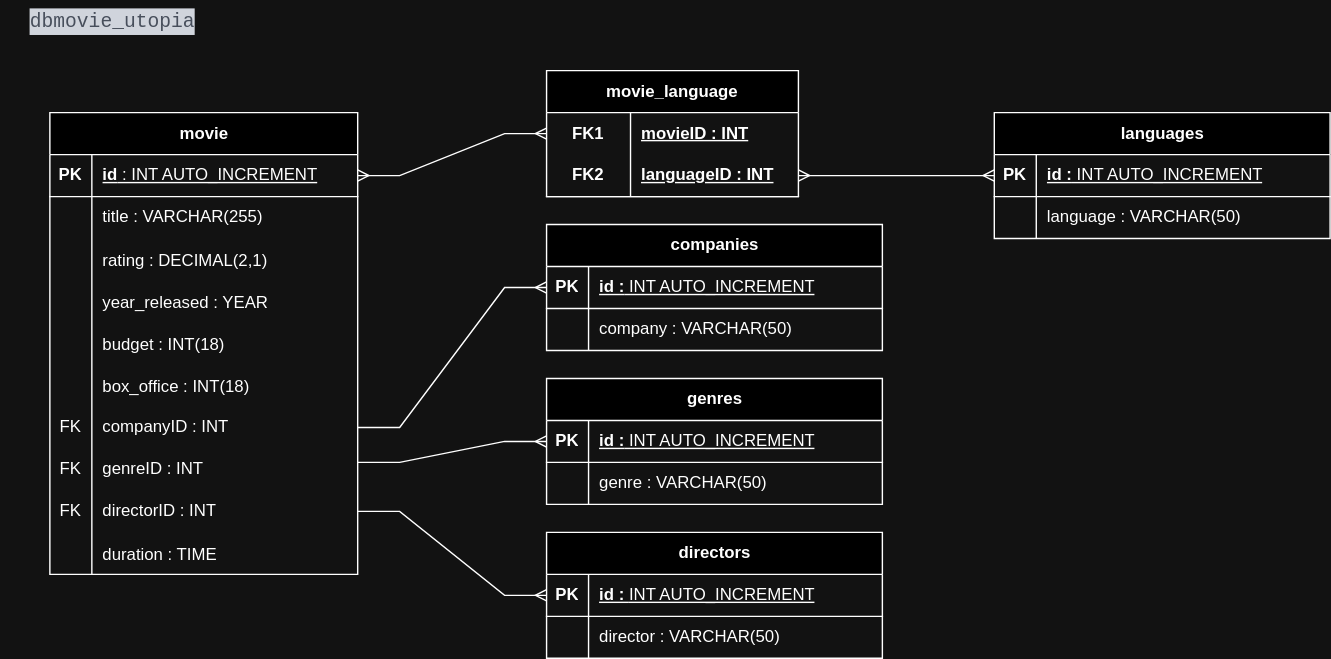
Above: 2024/SEM02/SQL/Exercice_02/uml_diagram/dbmovie_utopia.drawio.svg in gpuberos/soutien_dwwm (draw.io), before the change. Source tidied: cells renumbered, new cells last; positions are measured from the earlier drawing's top-left corner, leaving out a move shared by most shapes.
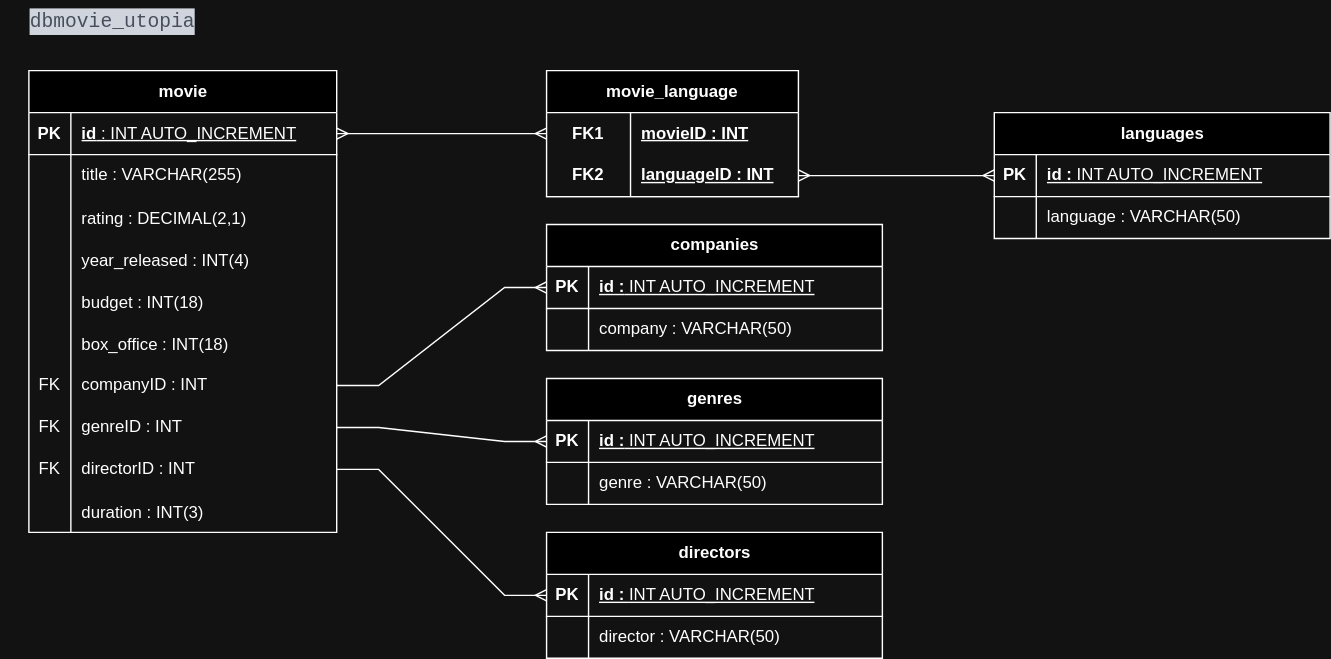
After the commit.

Commit message:
fix: UML Diagram version - Duration

Change to the diagram source:
```diff
@@ -6,7 +6,7 @@
       <mxGeometry width="160" height="30" as="geometry" />
     </mxCell>
     <mxCell id="3" value="movie" style="shape=table;startSize=30;rowLines=0;fontStyle=1;align=center;html=1;" parent="1" vertex="1">
-      <mxGeometry x="35" y="80" width="220" height="330" as="geometry" />
+      <mxGeometry x="20" y="50" width="220" height="330" as="geometry" />
     </mxCell>
     <mxCell id="4" style="shape=tableRow;horizontal=0;startSize=0;swimlaneHead=0;swimlaneBody=0;fillColor=none;points=[[0,0.5],[1,0.5]];portConstraint=eastwest;top=0;left=0;right=0;bottom=1;" parent="3" vertex="1">
       <mxGeometry y="30" width="220" height="30" as="geometry" />
@@ -41,7 +41,7 @@
     <mxCell id="14" style="shape=partialRectangle;fillColor=none;top=0;left=0;bottom=0;right=0;overflow=hidden;" parent="13" vertex="1">
       <mxGeometry width="30" height="30" as="geometry" />
     </mxCell>
-    <mxCell id="15" value="year_released : YEAR" style="shape=partialRectangle;fillColor=none;top=0;left=0;bottom=0;right=0;align=left;spacingLeft=6;overflow=hidden;" parent="13" vertex="1">
+    <mxCell id="15" value="year_released : INT(4)" style="shape=partialRectangle;fillColor=none;top=0;left=0;bottom=0;right=0;align=left;spacingLeft=6;overflow=hidden;" parent="13" vertex="1">
       <mxGeometry x="30" width="190" height="30" as="geometry" />
     </mxCell>
     <mxCell id="16" style="shape=tableRow;horizontal=0;startSize=0;swimlaneHead=0;swimlaneBody=0;fillColor=none;top=0;left=0;right=0;bottom=0;" parent="3" vertex="1">
@@ -74,18 +74,18 @@
     <mxCell id="25" style="shape=tableRow;horizontal=0;startSize=0;swimlaneHead=0;swimlaneBody=0;fillColor=none;points=[[0,0.5],[1,0.5]];portConstraint=eastwest;top=0;left=0;right=0;bottom=0;" parent="3" vertex="1">
       <mxGeometry y="240" width="220" height="30" as="geometry" />
     </mxCell>
-    <mxCell id="26" value="FK" style="shape=partialRectangle;fillColor=none;top=0;left=0;bottom=0;right=0;fontStyle=0;overflow=hidden;whiteSpace=wrap;html=1;" parent="25" vertex="1">
-      <mxGeometry width="30" height="30" as="geometry" />
-    </mxCell>
+    <mxCell id="74" value="FK" style="shape=partialRectangle;fillColor=none;top=0;left=0;bottom=0;right=0;fontStyle=0;overflow=hidden;whiteSpace=wrap;html=1;" parent="25" vertex="1">
+      <mxGeometry width="30" height="30" as="geometry" />
+    </mxCell>
     <mxCell id="27" value="genreID : INT" style="shape=partialRectangle;fillColor=none;top=0;left=0;bottom=0;right=0;align=left;spacingLeft=6;fontStyle=0;overflow=hidden;whiteSpace=wrap;html=1;" parent="25" vertex="1">
       <mxGeometry x="30" width="190" height="30" as="geometry" />
     </mxCell>
     <mxCell id="28" style="shape=tableRow;horizontal=0;startSize=0;swimlaneHead=0;swimlaneBody=0;fillColor=none;points=[[0,0.5],[1,0.5]];portConstraint=eastwest;top=0;left=0;right=0;bottom=0;" parent="3" vertex="1">
       <mxGeometry y="270" width="220" height="30" as="geometry" />
     </mxCell>
-    <mxCell id="29" value="FK" style="shape=partialRectangle;fillColor=none;top=0;left=0;bottom=0;right=0;fontStyle=0;overflow=hidden;whiteSpace=wrap;html=1;" parent="28" vertex="1">
-      <mxGeometry width="30" height="30" as="geometry" />
-    </mxCell>
+    <mxCell id="75" value="FK" style="shape=partialRectangle;fillColor=none;top=0;left=0;bottom=0;right=0;fontStyle=0;overflow=hidden;whiteSpace=wrap;html=1;" parent="28" vertex="1">
+      <mxGeometry width="30" height="30" as="geometry" />
+    </mxCell>
     <mxCell id="30" value="directorID : INT" style="shape=partialRectangle;fillColor=none;top=0;left=0;bottom=0;right=0;align=left;spacingLeft=6;fontStyle=0;overflow=hidden;whiteSpace=wrap;html=1;" parent="28" vertex="1">
       <mxGeometry x="30" width="190" height="30" as="geometry" />
     </mxCell>
@@ -95,7 +95,7 @@
     <mxCell id="32" style="shape=partialRectangle;fillColor=none;top=0;left=0;bottom=0;right=0;overflow=hidden;" parent="31" vertex="1">
       <mxGeometry width="30" height="30" as="geometry" />
     </mxCell>
-    <mxCell id="33" value="duration : TIME" style="shape=partialRectangle;fillColor=none;top=0;left=0;bottom=0;right=0;align=left;spacingLeft=6;overflow=hidden;" parent="31" vertex="1">
+    <mxCell id="33" value="duration : INT(3)" style="shape=partialRectangle;fillColor=none;top=0;left=0;bottom=0;right=0;align=left;spacingLeft=6;overflow=hidden;" parent="31" vertex="1">
       <mxGeometry x="30" width="190" height="30" as="geometry" />
     </mxCell>
     <mxCell id="34" value="languages" style="shape=table;startSize=30;rowLines=0;fontStyle=1;align=center;html=1;" parent="1" vertex="1">
@@ -209,16 +209,14 @@
     <mxCell id="70" style="edgeStyle=entityRelationEdgeStyle;fontSize=12;html=1;endArrow=ERmany;startArrow=ERmany;rounded=0;entryX=0;entryY=0.5;entryDx=0;entryDy=0;exitX=1;exitY=0.5;exitDx=0;exitDy=0;" parent="1" edge="1" source="4" target="64">
       <mxGeometry relative="1" as="geometry" />
     </mxCell>
-    <mxCell id="71" style="edgeStyle=entityRelationEdgeStyle;fontSize=12;html=1;endArrow=ERmany;rounded=0;entryX=0;entryY=0.5;entryDx=0;entryDy=0;exitX=1;exitY=0.5;exitDx=0;exitDy=0;" parent="1" edge="1" source="22" target="42">
+    <mxCell id="71" style="edgeStyle=entityRelationEdgeStyle;fontSize=12;html=1;endArrow=ERmany;rounded=0;entryX=0;entryY=0.5;entryDx=0;entryDy=0;" parent="1" edge="1" source="22" target="42">
       <mxGeometry relative="1" as="geometry" />
     </mxCell>
+    <mxCell id="76" style="edgeStyle=entityRelationEdgeStyle;fontSize=12;html=1;endArrow=ERmany;rounded=0;entryX=0;entryY=0.5;entryDx=0;entryDy=0;exitX=1;exitY=0.5;exitDx=0;exitDy=0;" parent="1" edge="1" source="25" target="49">
+      <mxGeometry relative="1" as="geometry" />
+    </mxCell>
     <mxCell id="72" style="edgeStyle=entityRelationEdgeStyle;fontSize=12;html=1;endArrow=ERmany;rounded=0;entryX=0;entryY=0.5;entryDx=0;entryDy=0;exitX=1;exitY=0.5;exitDx=0;exitDy=0;" parent="1" edge="1" source="28" target="56">
       <mxGeometry relative="1" as="geometry" />
     </mxCell>
-    <mxCell id="73" style="edgeStyle=entityRelationEdgeStyle;fontSize=12;html=1;endArrow=ERmany;rounded=0;entryX=0;entryY=0.5;entryDx=0;entryDy=0;" parent="1" edge="1" target="49">
-      <mxGeometry relative="1" as="geometry">
-        <mxPoint x="255" y="330" as="sourcePoint" />
-      </mxGeometry>
-    </mxCell>
   </root>
 </mxGraphModel>
```
